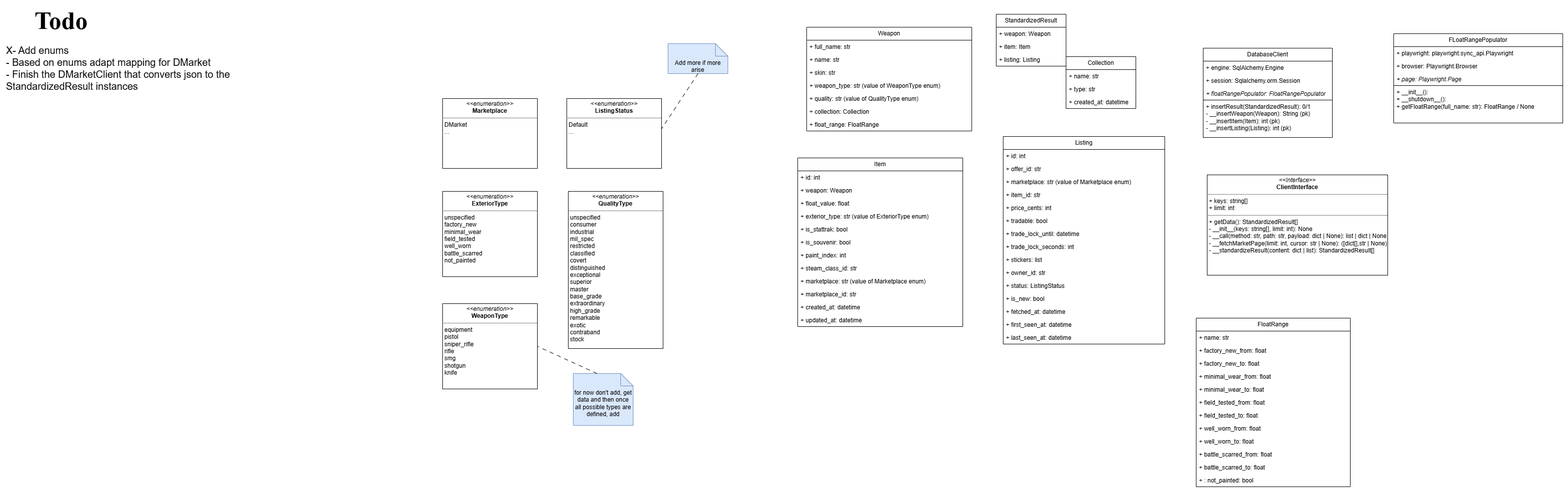
Earlier version of the draw.io export ressources/ClassDiagramm.drawio.png (LuisSeidl/CS2-Skin-Trading-Bot). Source tidied: cells renumbered, new cells last; positions are measured from the earlier drawing's top-left corner, leaving out a move shared by most shapes.
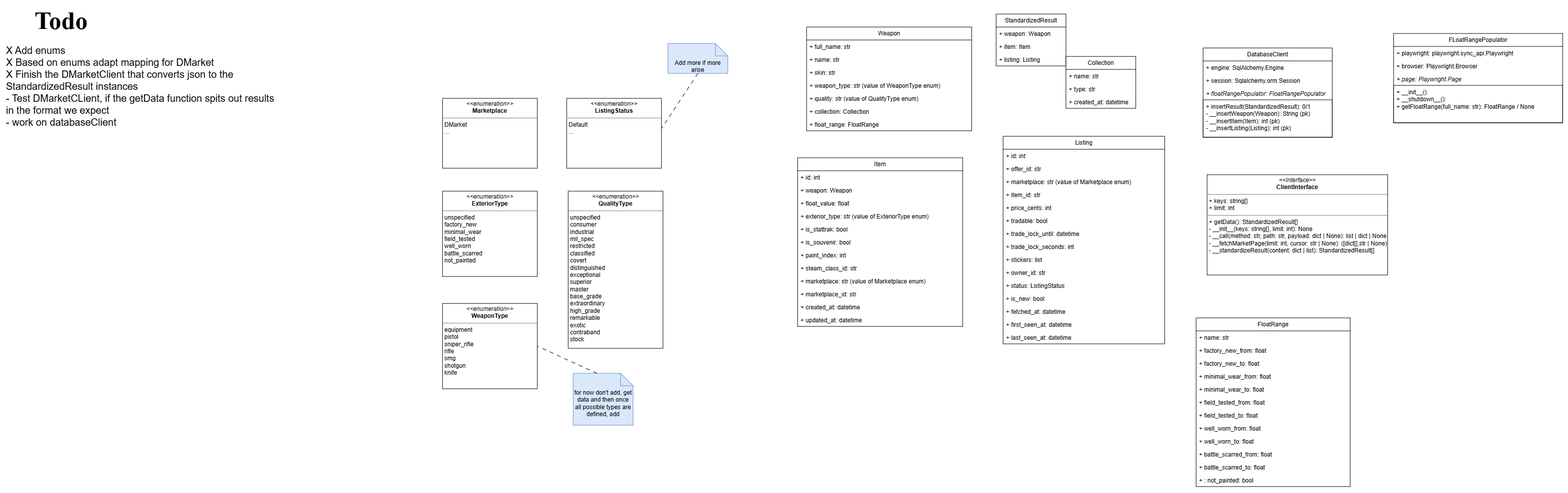
Later version of the same file.

Commit message:
fix dbclient & dmarketclient

Diff of the diagram source:
```diff
@@ -239,7 +239,7 @@
     <mxCell id="80" value="Todo" style="text;html=1;whiteSpace=wrap;strokeColor=none;fillColor=none;align=center;verticalAlign=middle;rounded=0;fontSize=50;fontFamily=Times New Roman;fontStyle=1;" parent="1" vertex="1">
       <mxGeometry width="225" height="30" as="geometry" />
     </mxCell>
-    <mxCell id="81" value="X- Add enums&lt;div&gt;- Based on enums adapt mapping for DMarket&lt;/div&gt;&lt;div&gt;- Finish the DMarketClient that converts json to the StandardizedResult instances&amp;nbsp;&lt;/div&gt;" style="text;html=1;whiteSpace=wrap;strokeColor=none;fillColor=none;align=left;verticalAlign=top;rounded=0;fontSize=20;labelPosition=center;verticalLabelPosition=middle;" parent="1" vertex="1">
+    <mxCell id="81" value="X Add enums&lt;div&gt;X Based on enums adapt mapping for DMarket&lt;/div&gt;&lt;div&gt;X Finish the DMarketClient that converts json to the StandardizedResult instances&amp;nbsp;&lt;/div&gt;&lt;div&gt;- Test DMarketCLient, if the getData function spits out results in the format we expect&lt;/div&gt;&lt;div&gt;- work on databaseClient&lt;/div&gt;" style="text;html=1;whiteSpace=wrap;strokeColor=none;fillColor=none;align=left;verticalAlign=top;rounded=0;fontSize=20;labelPosition=center;verticalLabelPosition=middle;" parent="1" vertex="1">
       <mxGeometry y="57" width="553" height="414" as="geometry" />
     </mxCell>
   </root>
```
